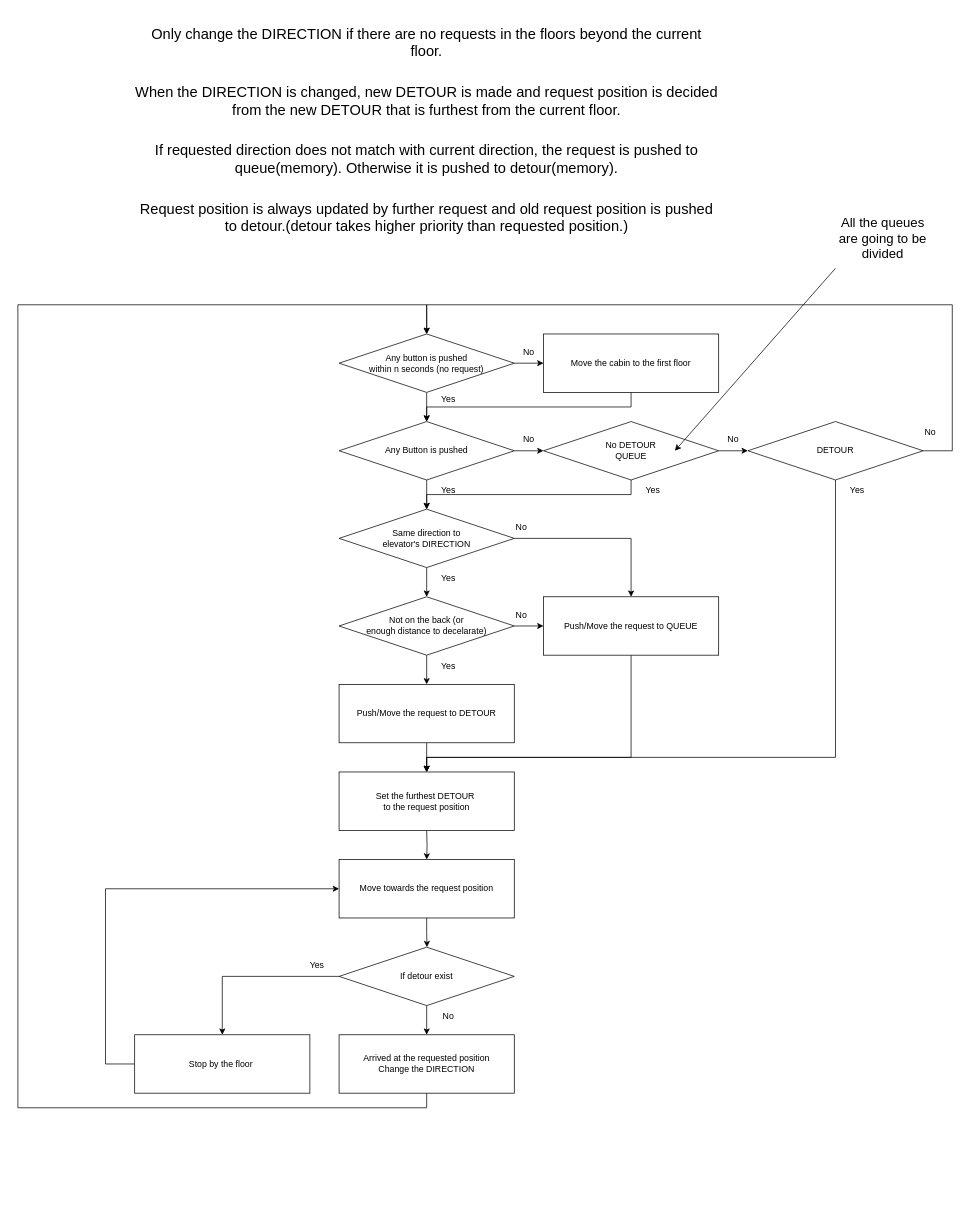
The draw.io diagram Algorithm.drawio in lkw56/Elevator, before the edit. Source tidied: cells renumbered, new cells numbered last; positions are measured from the earlier drawing's top-left corner, leaving out a move shared by most shapes. Both pictures are drawn from the tidied source at 73%, with x=0, y=0 at pixel (18, 12).
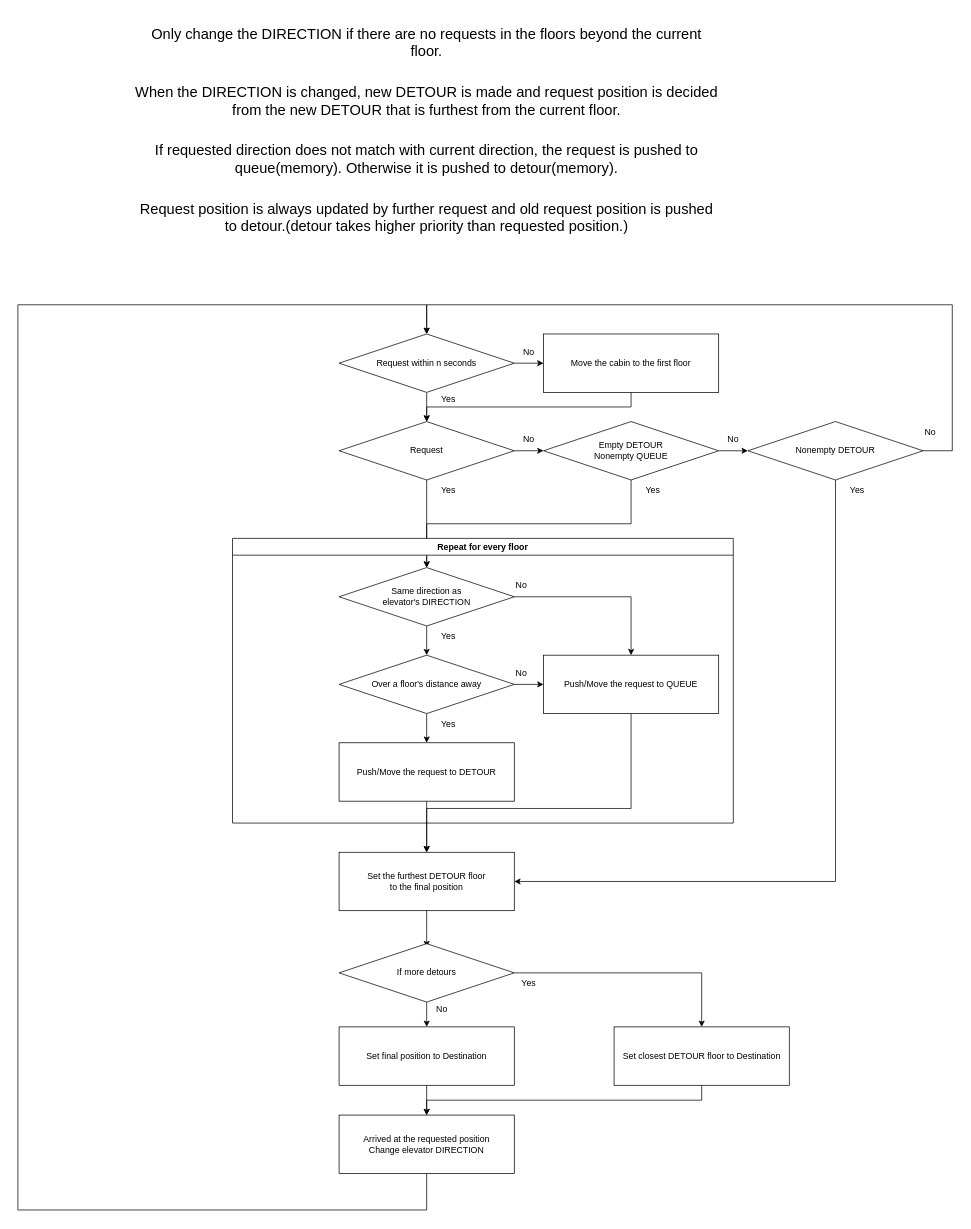
After the change.

The edit, as a diff of the source:
```diff
@@
-    <mxCell id="6" style="edgeStyle=orthogonalEdgeStyle;rounded=0;jettySize=auto;html=1;exitX=0.5;exitY=1;exitDx=0;exitDy=0;entryX=0.5;entryY=0;entryDx=0;entryDy=0;" parent="1" edge="1" target="15">
-      <mxGeometry relative="1" as="geometry">
-        <mxPoint x="560" y="1120" as="sourcePoint" />
-      </mxGeometry>
-    </mxCell>
-    <mxCell id="7" style="edgeStyle=orthogonalEdgeStyle;rounded=0;jettySize=auto;html=1;exitX=0;exitY=0.5;exitDx=0;exitDy=0;entryX=0.5;entryY=0;entryDx=0;entryDy=0;" parent="1" edge="1" source="9" target="11">
-      <mxGeometry relative="1" as="geometry" />
-    </mxCell>
-    <mxCell id="8" style="edgeStyle=orthogonalEdgeStyle;rounded=0;jettySize=auto;html=1;exitX=0.5;exitY=1;exitDx=0;exitDy=0;entryX=0.5;entryY=0;entryDx=0;entryDy=0;" parent="1" edge="1" source="9" target="13">
-      <mxGeometry relative="1" as="geometry" />
-    </mxCell>
-    <mxCell id="9" value="If detour exist" style="rhombus;whiteSpace=wrap;html=1;" parent="1" vertex="1">
-      <mxGeometry x="440" y="1280" width="240" height="80" as="geometry" />
-    </mxCell>
-    <mxCell id="10" style="edgeStyle=orthogonalEdgeStyle;rounded=0;jettySize=auto;html=1;exitX=0;exitY=0.5;exitDx=0;exitDy=0;entryX=0;entryY=0.5;entryDx=0;entryDy=0;" parent="1" edge="1" source="11" target="15">
-      <mxGeometry relative="1" as="geometry">
-        <Array as="points">
-          <mxPoint x="120" y="1440" />
-          <mxPoint x="120" y="1200" />
-        </Array>
-      </mxGeometry>
-    </mxCell>
-    <mxCell id="11" value="Stop by the floor&amp;nbsp;" style="rounded=0;whiteSpace=wrap;html=1;" parent="1" vertex="1">
-      <mxGeometry x="160" y="1400" width="240" height="80" as="geometry" />
-    </mxCell>
-    <mxCell id="12" style="edgeStyle=orthogonalEdgeStyle;rounded=0;jettySize=auto;html=1;exitX=0.5;exitY=1;exitDx=0;exitDy=0;entryX=0.5;entryY=0;entryDx=0;entryDy=0;" parent="1" edge="1" source="13" target="47">
+    <mxCell id="12" style="edgeStyle=orthogonalEdgeStyle;rounded=0;jettySize=auto;html=1;exitX=0.5;exitY=1;exitDx=0;exitDy=0;entryX=0.5;entryY=0;entryDx=0;entryDy=0;" parent="1" edge="1" source="68" target="47">
       <mxGeometry relative="1" as="geometry">
         <Array as="points">
-          <mxPoint x="560" y="1500" />
-          <mxPoint y="1500" />
+          <mxPoint x="560" y="1630" />
+          <mxPoint x="560" y="1640" />
+          <mxPoint y="1640" />
           <mxPoint y="400" />
           <mxPoint x="560" y="400" />
         </Array>
       </mxGeometry>
     </mxCell>
-    <mxCell id="13" value="Arrived at the requested position&lt;br&gt;Change the DIRECTION" style="rounded=0;whiteSpace=wrap;html=1;" parent="1" vertex="1">
-      <mxGeometry x="440" y="1400" width="240" height="80" as="geometry" />
-    </mxCell>
-    <mxCell id="14" style="edgeStyle=orthogonalEdgeStyle;rounded=0;jettySize=auto;html=1;exitX=0.5;exitY=1;exitDx=0;exitDy=0;" parent="1" edge="1" source="15">
-      <mxGeometry relative="1" as="geometry">
-        <mxPoint x="560.4" y="1280" as="targetPoint" />
-      </mxGeometry>
-    </mxCell>
-    <mxCell id="15" value="Move towards the request position" style="rounded=0;whiteSpace=wrap;html=1;" parent="1" vertex="1">
-      <mxGeometry x="440" y="1160" width="240" height="80" as="geometry" />
-    </mxCell>
-    <mxCell id="16" value="Set the furthest DETOUR&amp;nbsp;&lt;br&gt;to the request position" style="rounded=0;whiteSpace=wrap;html=1;" parent="1" vertex="1">
-      <mxGeometry x="440" y="1040" width="240" height="80" as="geometry" />
-    </mxCell>
-    <mxCell id="17" style="edgeStyle=orthogonalEdgeStyle;rounded=0;jettySize=auto;html=1;exitX=0.5;exitY=1;exitDx=0;exitDy=0;entryX=0.5;entryY=0;entryDx=0;entryDy=0;" parent="1" edge="1" source="19">
+    <mxCell id="17" style="edgeStyle=orthogonalEdgeStyle;rounded=0;jettySize=auto;html=1;exitX=0.5;exitY=1;exitDx=0;exitDy=0;" parent="1" edge="1" source="19">
       <mxGeometry relative="1" as="geometry">
-        <mxPoint x="560" y="680" as="targetPoint" />
+        <mxPoint x="560" y="760" as="targetPoint" />
       </mxGeometry>
     </mxCell>
@@
-    <mxCell id="19" value="Any Button is pushed" style="rhombus;whiteSpace=wrap;html=1;" parent="1" vertex="1">
+    <mxCell id="19" value="Request" style="rhombus;whiteSpace=wrap;html=1;" parent="1" vertex="1">
       <mxGeometry x="440" y="560" width="240" height="80" as="geometry" />
     </mxCell>
@@
-    <mxCell id="22" value="No DETOUR&lt;br&gt;QUEUE" style="rhombus;whiteSpace=wrap;html=1;" parent="1" vertex="1">
+    <mxCell id="22" value="Empty DETOUR&lt;br&gt;Nonempty QUEUE" style="rhombus;whiteSpace=wrap;html=1;" parent="1" vertex="1">
       <mxGeometry x="720" y="560" width="240" height="80" as="geometry" />
     </mxCell>
@@
-    <mxCell id="27" value="Same direction to&lt;br&gt;elevator's DIRECTION" style="rhombus;whiteSpace=wrap;html=1;" parent="1" vertex="1">
-      <mxGeometry x="440" y="680" width="240" height="80" as="geometry" />
+    <mxCell id="27" value="Same direction as&lt;br&gt;elevator's DIRECTION" style="rhombus;whiteSpace=wrap;html=1;" parent="1" vertex="1">
+      <mxGeometry x="440" y="760" width="240" height="80" as="geometry" />
     </mxCell>
@@
-    <mxCell id="30" value="Not on the back (or&lt;br&gt;enough distance to decelarate)" style="rhombus;whiteSpace=wrap;html=1;" parent="1" vertex="1">
-      <mxGeometry x="440" y="800" width="240" height="80" as="geometry" />
+    <mxCell id="30" value="Over a floor's distance away" style="rhombus;whiteSpace=wrap;html=1;" parent="1" vertex="1">
+      <mxGeometry x="440" y="880" width="240" height="80" as="geometry" />
     </mxCell>
-    <mxCell id="31" style="edgeStyle=orthogonalEdgeStyle;rounded=0;jettySize=auto;html=1;exitX=0.5;exitY=1;exitDx=0;exitDy=0;entryX=0.5;entryY=0;entryDx=0;entryDy=0;" parent="1" edge="1" source="32" target="16">
-      <mxGeometry relative="1" as="geometry" />
+    <mxCell id="31" style="edgeStyle=orthogonalEdgeStyle;rounded=0;jettySize=auto;html=1;exitX=0.5;exitY=1;exitDx=0;exitDy=0;entryX=0.5;entryY=0;entryDx=0;entryDy=0;" parent="1" edge="1" source="32">
+      <mxGeometry relative="1" as="geometry">
+        <mxPoint x="560" y="1150" as="targetPoint" />
+      </mxGeometry>
     </mxCell>
     <mxCell id="32" value="Push/Move the request to DETOUR" style="rounded=0;whiteSpace=wrap;html=1;" parent="1" vertex="1">
-      <mxGeometry x="440" y="920" width="240" height="80" as="geometry" />
+      <mxGeometry x="440" y="1000" width="240" height="80" as="geometry" />
     </mxCell>
-    <mxCell id="33" style="edgeStyle=orthogonalEdgeStyle;rounded=0;jettySize=auto;html=1;exitX=0.5;exitY=1;exitDx=0;exitDy=0;entryX=0.5;entryY=0;entryDx=0;entryDy=0;" parent="1" edge="1" source="34" target="16">
+    <mxCell id="33" style="edgeStyle=orthogonalEdgeStyle;rounded=0;jettySize=auto;html=1;exitX=0.5;exitY=1;exitDx=0;exitDy=0;entryX=0.5;entryY=0;entryDx=0;entryDy=0;" parent="1" edge="1" source="34">
       <mxGeometry relative="1" as="geometry">
+        <mxPoint x="560" y="1150" as="targetPoint" />
         <Array as="points">
-          <mxPoint x="840" y="1020" />
-          <mxPoint x="560" y="1020" />
+          <mxPoint x="840" y="1090" />
+          <mxPoint x="560" y="1090" />
         </Array>
       </mxGeometry>
     </mxCell>
     <mxCell id="34" value="Push/Move the request to QUEUE" style="rounded=0;whiteSpace=wrap;html=1;" parent="1" vertex="1">
-      <mxGeometry x="720" y="800" width="240" height="80" as="geometry" />
+      <mxGeometry x="720" y="880" width="240" height="80" as="geometry" />
     </mxCell>
-    <mxCell id="35" style="edgeStyle=orthogonalEdgeStyle;rounded=0;jettySize=auto;html=1;exitX=0.5;exitY=1;exitDx=0;exitDy=0;entryX=0.5;entryY=0;entryDx=0;entryDy=0;" parent="1" edge="1" source="37" target="16">
-      <mxGeometry relative="1" as="geometry">
-        <Array as="points">
-          <mxPoint x="1120" y="1020" />
-          <mxPoint x="560" y="1020" />
-        </Array>
-      </mxGeometry>
-    </mxCell>
@@
+    <mxCell id="57" style="edgeStyle=orthogonalEdgeStyle;rounded=0;jettySize=auto;html=1;exitX=0.5;exitY=1;exitDx=0;exitDy=0;entryX=1;entryY=0.5;entryDx=0;entryDy=0;" parent="1" edge="1" source="37" target="61">
+      <mxGeometry relative="1" as="geometry" />
+    </mxCell>
-    <mxCell id="37" value="DETOUR" style="rhombus;whiteSpace=wrap;html=1;" parent="1" vertex="1">
+    <mxCell id="37" value="Nonempty DETOUR" style="rhombus;whiteSpace=wrap;html=1;" parent="1" vertex="1">
       <mxGeometry x="1000" y="560" width="240" height="80" as="geometry" />
     </mxCell>
@@
-    <mxCell id="41" value="Yes" style="text;html=1;strokeColor=none;fillColor=none;align=center;verticalAlign=middle;whiteSpace=wrap;rounded=0;" parent="1" vertex="1">
-      <mxGeometry x="380" y="1290" width="60" height="30" as="geometry" />
-    </mxCell>
-    <mxCell id="42" value="No" style="text;html=1;strokeColor=none;fillColor=none;align=center;verticalAlign=middle;whiteSpace=wrap;rounded=0;" parent="1" vertex="1">
-      <mxGeometry x="560" y="1360" width="60" height="30" as="geometry" />
-    </mxCell>
@@
-    <mxCell id="47" value="Any button is pushed&lt;br&gt;within n seconds (no request)" style="rhombus;whiteSpace=wrap;html=1;" parent="1" vertex="1">
+    <mxCell id="47" value="Request within n seconds" style="rhombus;whiteSpace=wrap;html=1;" parent="1" vertex="1">
       <mxGeometry x="440" y="440" width="240" height="80" as="geometry" />
     </mxCell>
-    <mxCell id="48" value="&lt;font style=&quot;font-size: 18px;&quot;&gt;All the queues are going to be divided&lt;/font&gt;" style="text;html=1;strokeColor=none;fillColor=none;align=center;verticalAlign=middle;whiteSpace=wrap;rounded=0;" parent="1" vertex="1">
-      <mxGeometry x="1120" y="270" width="130" height="80" as="geometry" />
-    </mxCell>
-    <mxCell id="49" style="endArrow=classic;html=1;rounded=0;exitX=0;exitY=1;exitDx=0;exitDy=0;entryX=0.75;entryY=0.5;entryDx=0;entryDy=0;entryPerimeter=0;" parent="1" edge="1" source="48" target="22">
-      <mxGeometry relative="1" as="geometry" />
-    </mxCell>
     <mxCell id="50" value="No" style="text;html=1;strokeColor=none;fillColor=none;align=center;verticalAlign=middle;whiteSpace=wrap;rounded=0;" parent="1" vertex="1">
-      <mxGeometry x="660" y="810" width="60" height="30" as="geometry" />
+      <mxGeometry x="660" y="890" width="60" height="30" as="geometry" />
     </mxCell>
     <mxCell id="51" value="Yes" style="text;html=1;strokeColor=none;fillColor=none;align=center;verticalAlign=middle;whiteSpace=wrap;rounded=0;" parent="1" vertex="1">
-      <mxGeometry x="560" y="880" width="60" height="30" as="geometry" />
+      <mxGeometry x="560" y="960" width="60" height="30" as="geometry" />
     </mxCell>
     <mxCell id="52" value="No" style="text;html=1;strokeColor=none;fillColor=none;align=center;verticalAlign=middle;whiteSpace=wrap;rounded=0;" parent="1" vertex="1">
-      <mxGeometry x="660" y="690" width="60" height="30" as="geometry" />
+      <mxGeometry x="660" y="770" width="60" height="30" as="geometry" />
     </mxCell>
-    <mxCell id="53" value="Yes" style="text;html=1;strokeColor=none;fillColor=none;align=center;verticalAlign=middle;whiteSpace=wrap;rounded=0;" parent="1" vertex="1">
-      <mxGeometry x="560" y="760" width="60" height="30" as="geometry" />
-    </mxCell>
@@
+    <mxCell id="58" value="Repeat for every floor" style="swimlane;whiteSpace=wrap;html=1;" parent="1" vertex="1">
+      <mxGeometry x="294" y="720" width="686" height="390" as="geometry" />
+    </mxCell>
+    <mxCell id="53" value="Yes" style="text;html=1;strokeColor=none;fillColor=none;align=center;verticalAlign=middle;whiteSpace=wrap;rounded=0;" parent="58" vertex="1">
+      <mxGeometry x="266" y="120" width="60" height="30" as="geometry" />
+    </mxCell>
+    <mxCell id="59" style="edgeStyle=orthogonalEdgeStyle;rounded=0;jettySize=auto;html=1;exitX=0.5;exitY=1;exitDx=0;exitDy=0;entryX=0.5;entryY=0;entryDx=0;entryDy=0;" parent="1" edge="1" source="60" target="68">
+      <mxGeometry relative="1" as="geometry" />
+    </mxCell>
+    <mxCell id="60" value="Set closest DETOUR floor to Destination" style="rounded=0;whiteSpace=wrap;html=1;" parent="1" vertex="1">
+      <mxGeometry x="816.7" y="1389.2" width="240" height="80" as="geometry" />
+    </mxCell>
+    <mxCell id="61" value="Set the furthest DETOUR floor &lt;br&gt;to the final position" style="rounded=0;whiteSpace=wrap;html=1;" parent="1" vertex="1">
+      <mxGeometry x="440" y="1150" width="240" height="80" as="geometry" />
+    </mxCell>
+    <mxCell id="62" style="edgeStyle=orthogonalEdgeStyle;rounded=0;jettySize=auto;html=1;exitX=0.5;exitY=1;exitDx=0;exitDy=0;entryX=0.5;entryY=0;entryDx=0;entryDy=0;" parent="1" edge="1" source="61">
+      <mxGeometry relative="1" as="geometry">
+        <mxPoint x="560" y="1280" as="targetPoint" />
+      </mxGeometry>
+    </mxCell>
+    <mxCell id="63" style="edgeStyle=orthogonalEdgeStyle;rounded=0;jettySize=auto;html=1;exitX=0.5;exitY=1;exitDx=0;exitDy=0;entryX=0.5;entryY=0;entryDx=0;entryDy=0;" parent="1" edge="1" source="65" target="67">
+      <mxGeometry relative="1" as="geometry" />
+    </mxCell>
+    <mxCell id="64" style="edgeStyle=orthogonalEdgeStyle;rounded=0;jettySize=auto;html=1;exitX=1;exitY=0.5;exitDx=0;exitDy=0;entryX=0.5;entryY=0;entryDx=0;entryDy=0;" parent="1" edge="1" source="65" target="60">
+      <mxGeometry relative="1" as="geometry" />
+    </mxCell>
+    <mxCell id="65" value="If more detours" style="rhombus;whiteSpace=wrap;html=1;" parent="1" vertex="1">
+      <mxGeometry x="440" y="1275.2" width="240" height="80" as="geometry" />
+    </mxCell>
+    <mxCell id="66" style="edgeStyle=orthogonalEdgeStyle;rounded=0;jettySize=auto;html=1;exitX=0.5;exitY=1;exitDx=0;exitDy=0;entryX=0.5;entryY=0;entryDx=0;entryDy=0;" parent="1" edge="1" source="67" target="68">
+      <mxGeometry relative="1" as="geometry" />
+    </mxCell>
+    <mxCell id="67" value="Set final position to Destination" style="rounded=0;whiteSpace=wrap;html=1;" parent="1" vertex="1">
+      <mxGeometry x="440" y="1389.2" width="240" height="80" as="geometry" />
+    </mxCell>
+    <mxCell id="42" value="No" style="text;html=1;strokeColor=none;fillColor=none;align=center;verticalAlign=middle;whiteSpace=wrap;rounded=0;" parent="1" vertex="1">
+      <mxGeometry x="550.7" y="1350" width="60" height="30" as="geometry" />
+    </mxCell>
+    <mxCell id="41" value="Yes" style="text;html=1;strokeColor=none;fillColor=none;align=center;verticalAlign=middle;whiteSpace=wrap;rounded=0;" parent="1" vertex="1">
+      <mxGeometry x="670" y="1315.2" width="60" height="30" as="geometry" />
+    </mxCell>
+    <mxCell id="68" value="Arrived at the requested position&lt;br&gt;Change elevator DIRECTION" style="rounded=0;whiteSpace=wrap;html=1;" parent="1" vertex="1">
+      <mxGeometry x="440" y="1510" width="240" height="80" as="geometry" />
+    </mxCell>
```
